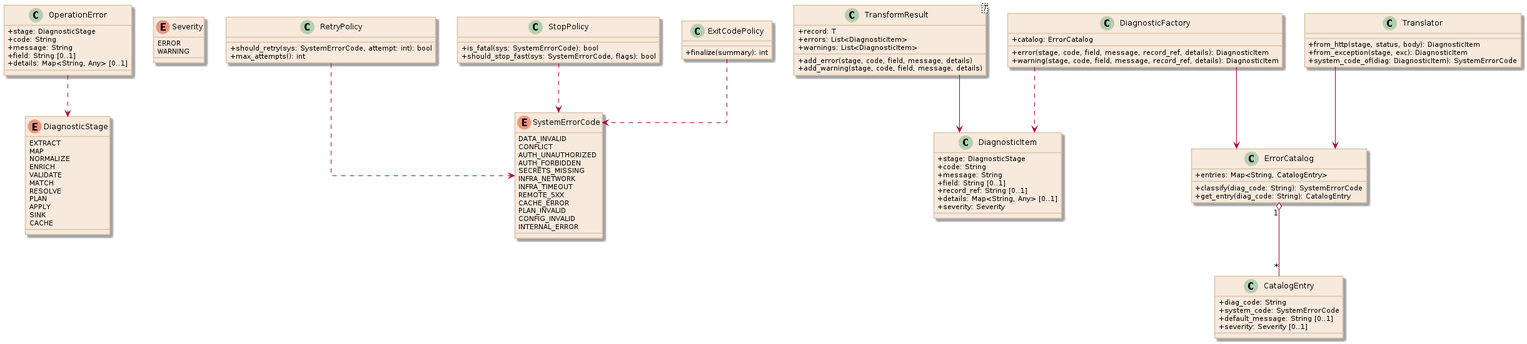
The PlantUML diagram docs/uml/pipeline/diagnostic_layer/diagnostic_layer_class.png in xORex-LC/nexus-etl, before a commit. Its source is kept beside it as docs/uml/pipeline/diagnostic_layer/diagnostic_layer_class.puml. The source it was exported from:
```plantuml
@startuml
set namespaceSeparator none
skinparam classAttributeIconSize 0
skinparam backgroundColor white
skinparam linetype ortho
skinparam defaultFontName Arial
skinparam class {
  BackgroundColor #f7e9dc
  BorderColor #d9c2a8
}

enum DiagnosticStage {
  EXTRACT
  MAP
  NORMALIZE
  ENRICH
  VALIDATE
  MATCH
  RESOLVE
  PLAN
  APPLY
  SINK
  CACHE
}

enum Severity {
  ERROR
  WARNING
}

enum SystemErrorCode {
  DATA_INVALID
  CONFLICT
  AUTH_UNAUTHORIZED
  AUTH_FORBIDDEN
  SECRETS_MISSING
  INFRA_NETWORK
  INFRA_TIMEOUT
  REMOTE_5XX
  CACHE_ERROR
  PLAN_INVALID
  CONFIG_INVALID
  INTERNAL_ERROR
}

class DiagnosticItem {
  +stage: DiagnosticStage
  +code: String
  +message: String
  +field: String [0..1]
  +record_ref: String [0..1]
  +details: Map<String, Any> [0..1]
  +severity: Severity
}

class TransformResult<T> {
  +record: T
  +errors: List<DiagnosticItem>
  +warnings: List<DiagnosticItem>
  +add_error(stage, code, field, message, details)
  +add_warning(stage, code, field, message, details)
}

class CatalogEntry {
  +diag_code: String
  +system_code: SystemErrorCode
  +default_message: String [0..1]
  +severity: Severity [0..1]
}

class ErrorCatalog {
  +entries: Map<String, CatalogEntry>
  +classify(diag_code: String): SystemErrorCode
  +get_entry(diag_code: String): CatalogEntry
}

class DiagnosticFactory {
  +catalog: ErrorCatalog
  +error(stage, code, field, message, record_ref, details): DiagnosticItem
  +warning(stage, code, field, message, record_ref, details): DiagnosticItem
}

class OperationError {
  +stage: DiagnosticStage
  +code: String
  +message: String
  +field: String [0..1]
  +details: Map<String, Any> [0..1]
}

class Translator {
  +from_http(stage, status, body): DiagnosticItem
  +from_exception(stage, exc): DiagnosticItem
  +system_code_of(diag: DiagnosticItem): SystemErrorCode
}

class RetryPolicy {
  +should_retry(sys: SystemErrorCode, attempt: int): bool
  +max_attempts(): int
}

class StopPolicy {
  +is_fatal(sys: SystemErrorCode): bool
  +should_stop_fast(sys: SystemErrorCode, flags): bool
}

class ExitCodePolicy {
  +finalize(summary): int
}

ErrorCatalog "1" o-- "*" CatalogEntry
DiagnosticFactory --> ErrorCatalog
Translator --> ErrorCatalog
TransformResult --> DiagnosticItem
OperationError ..> DiagnosticStage
DiagnosticFactory ..> DiagnosticItem

RetryPolicy ..> SystemErrorCode
StopPolicy ..> SystemErrorCode
ExitCodePolicy ..> SystemErrorCode
@enduml
```
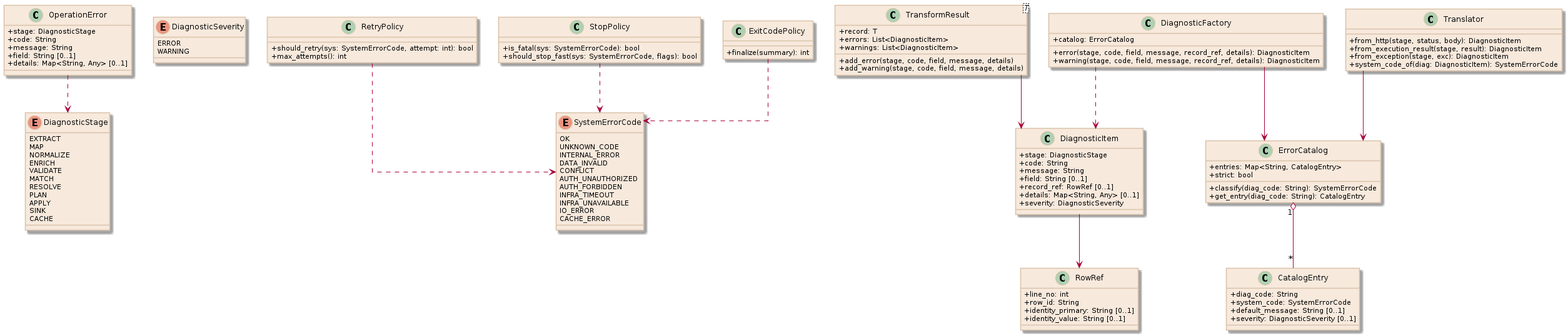
After the change.

The edit, as a diff of the source:
```diff
@@ -23,24 +23,30 @@
   CACHE
 }
 
-enum Severity {
+enum DiagnosticSeverity {
   ERROR
   WARNING
 }
 
 enum SystemErrorCode {
+  OK
+  UNKNOWN_CODE
+  INTERNAL_ERROR
   DATA_INVALID
   CONFLICT
   AUTH_UNAUTHORIZED
   AUTH_FORBIDDEN
-  SECRETS_MISSING
-  INFRA_NETWORK
   INFRA_TIMEOUT
-  REMOTE_5XX
+  INFRA_UNAVAILABLE
+  IO_ERROR
   CACHE_ERROR
-  PLAN_INVALID
-  CONFIG_INVALID
-  INTERNAL_ERROR
+}
+
+class RowRef {
+  +line_no: int
+  +row_id: String
+  +identity_primary: String [0..1]
+  +identity_value: String [0..1]
 }
 
 class DiagnosticItem {
@@ -48,9 +54,9 @@
   +code: String
   +message: String
   +field: String [0..1]
-  +record_ref: String [0..1]
+  +record_ref: RowRef [0..1]
   +details: Map<String, Any> [0..1]
-  +severity: Severity
+  +severity: DiagnosticSeverity
 }
 
 class TransformResult<T> {
@@ -65,11 +71,12 @@
   +diag_code: String
   +system_code: SystemErrorCode
   +default_message: String [0..1]
-  +severity: Severity [0..1]
+  +severity: DiagnosticSeverity [0..1]
 }
 
 class ErrorCatalog {
   +entries: Map<String, CatalogEntry>
+  +strict: bool
   +classify(diag_code: String): SystemErrorCode
   +get_entry(diag_code: String): CatalogEntry
 }
@@ -90,6 +97,7 @@
 
 class Translator {
   +from_http(stage, status, body): DiagnosticItem
+  +from_execution_result(stage, result): DiagnosticItem
   +from_exception(stage, exc): DiagnosticItem
   +system_code_of(diag: DiagnosticItem): SystemErrorCode
 }
@@ -112,6 +120,7 @@
 DiagnosticFactory --> ErrorCatalog
 Translator --> ErrorCatalog
 TransformResult --> DiagnosticItem
+DiagnosticItem --> RowRef
 OperationError ..> DiagnosticStage
 DiagnosticFactory ..> DiagnosticItem
 
```
